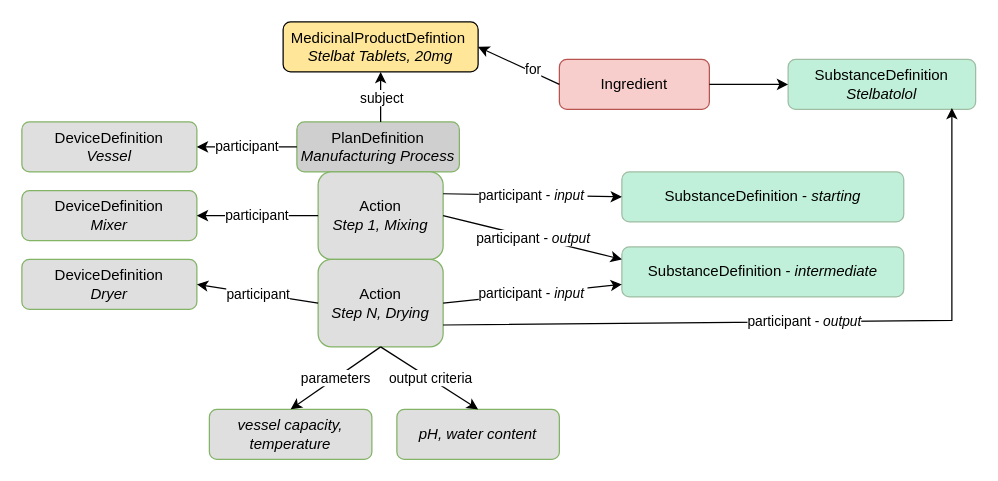
The draw.io diagram input/images-source/manufacturing_process_FHIR_resources [2023-07-28 Rik].drawio in HL7/uv-dx-pq, before the edit. Source tidied: cells renumbered, new cells numbered last; positions are measured from the earlier drawing's top-left corner, leaving out a move shared by most shapes. Both pictures are drawn from the tidied source at 125%, with x=0, y=0 at pixel (21, 21).
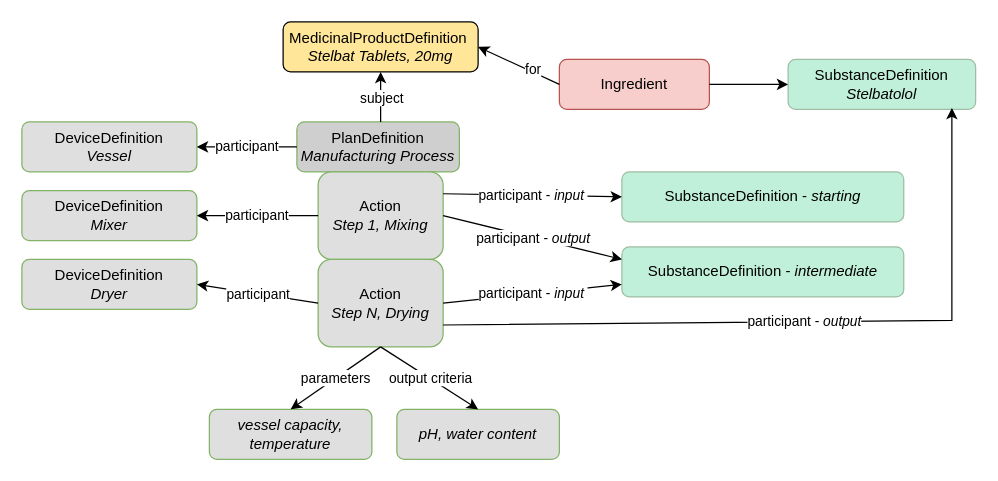
The same diagram, later.

Change to the diagram source:
```diff
@@
-    <mxCell id="2" value="MedicinalProductDefintion&amp;nbsp;&lt;br&gt;&lt;i style=&quot;border-color: var(--border-color);&quot;&gt;Stelbat Tablets, 20mg&lt;/i&gt;" style="rounded=1;whiteSpace=wrap;html=1;fontSize=12;glass=0;strokeWidth=1;shadow=0;fillColor=#ffe699;" parent="1" vertex="1">
+    <mxCell id="2" value="MedicinalProductDefinition&amp;nbsp;&lt;br&gt;&lt;i style=&quot;border-color: var(--border-color);&quot;&gt;Stelbat Tablets, 20mg&lt;/i&gt;" style="rounded=1;whiteSpace=wrap;html=1;fontSize=12;glass=0;strokeWidth=1;shadow=0;fillColor=#ffe699;" parent="1" vertex="1">
       <mxGeometry x="209" width="156" height="40" as="geometry" />
     </mxCell>
```
